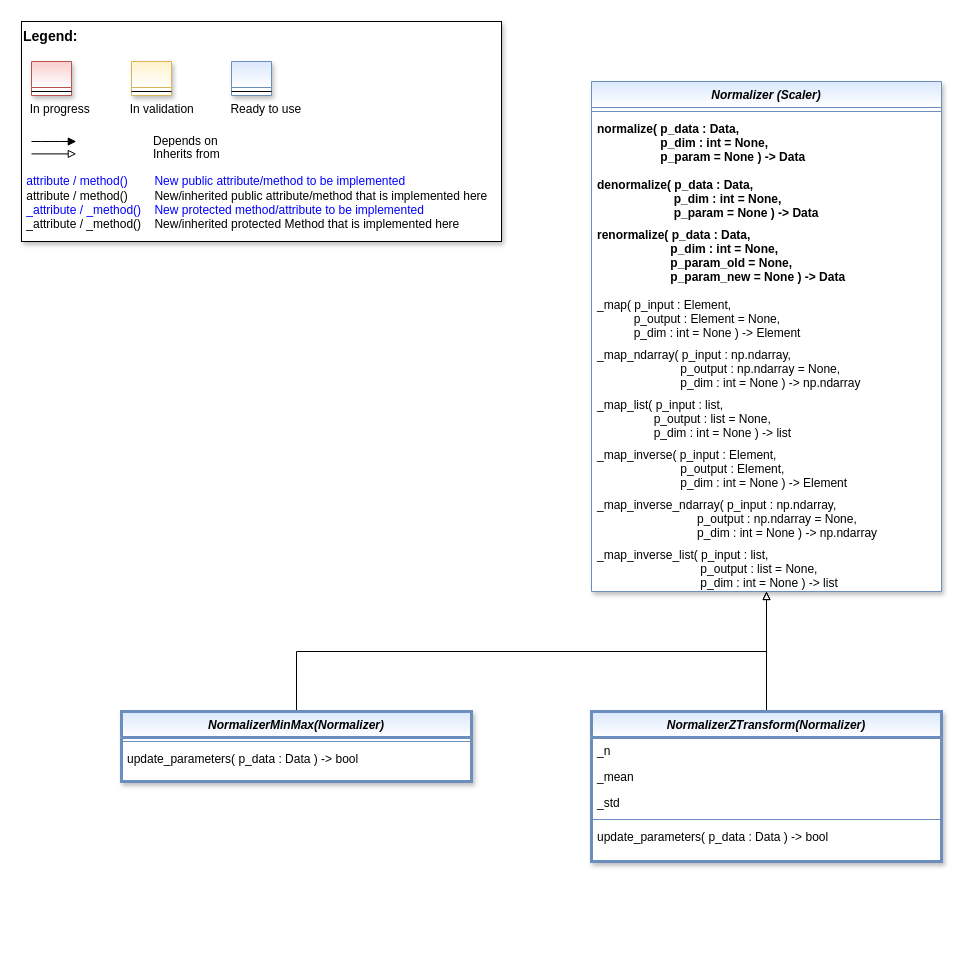
This is doc/rtd/content/99_appendices/appendix2/sub/mlpro_bf/layer2_mathematics/images/MLPro-BF-Math-Normalizers_class_diagram.drawio from fhswf/MLPro, a draw.io file, before an edit. Source tidied: cells renumbered, new cells numbered last; positions are measured from the earlier drawing's top-left corner, leaving out a move shared by most shapes. Both pictures are drawn from the tidied source at 100%, with x=0, y=0 at pixel (21, 21).
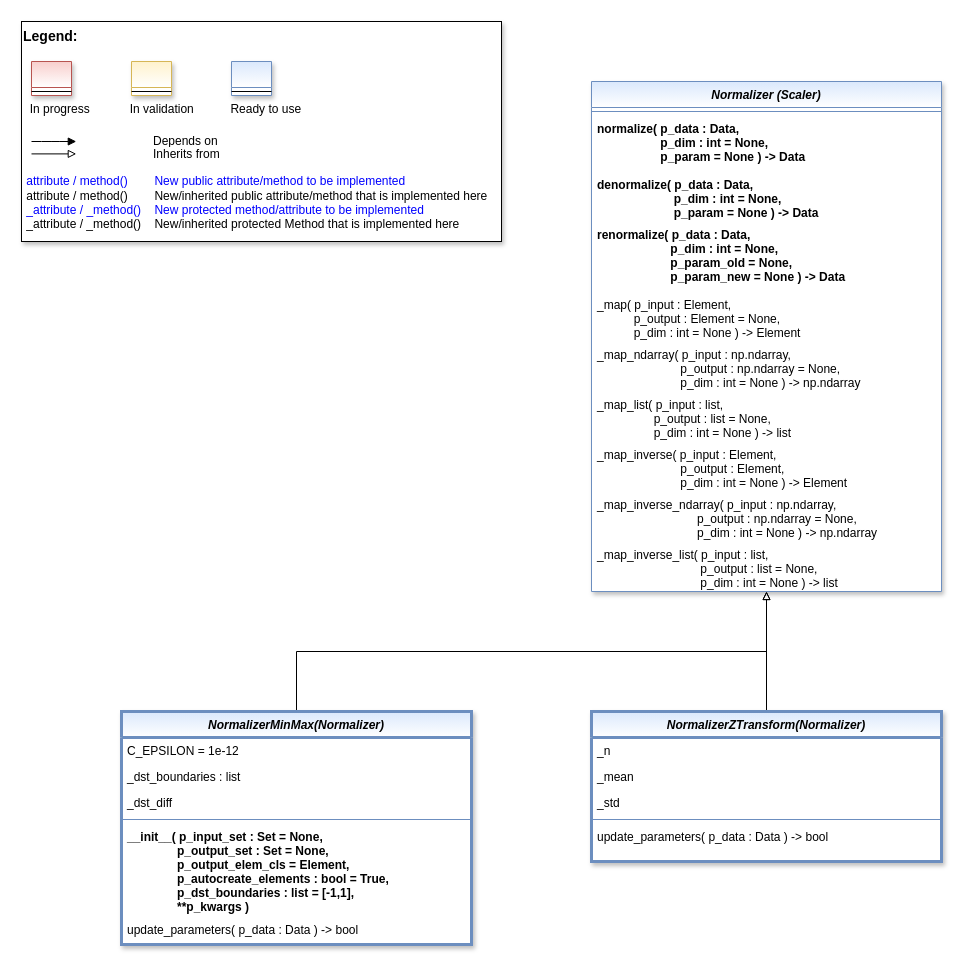
Above is the later version.

Commit message (it also covers changes not shown here):
OA-STREAMS: Optimization of Online Normalizers #745

What changed in the source:
```diff
@@
     <mxCell id="14" value="NormalizerMinMax(Normalizer)" style="swimlane;fontStyle=3;align=center;verticalAlign=top;horizontal=1;startSize=26;rounded=0;shadow=1;strokeWidth=3;fillColor=#dae8fc;strokeColor=#6c8ebf;gradientColor=#FFFFFF;swimlaneFillColor=#FFFFFF;" parent="1" vertex="1">
-      <mxGeometry x="100" y="690" width="350" height="70" as="geometry" />
+      <mxGeometry x="100" y="690" width="350" height="233" as="geometry" />
     </mxCell>
+    <mxCell id="34" value="C_EPSILON = 1e-12" style="text;align=left;verticalAlign=top;spacingLeft=4;spacingRight=4;overflow=hidden;rounded=0;shadow=0;html=0;" parent="14" vertex="1">
+      <mxGeometry y="26" width="350" height="26" as="geometry" />
+    </mxCell>
+    <mxCell id="35" value="_dst_boundaries : list" style="text;align=left;verticalAlign=top;spacingLeft=4;spacingRight=4;overflow=hidden;rounded=0;shadow=0;html=0;" parent="14" vertex="1">
+      <mxGeometry y="52" width="350" height="26" as="geometry" />
+    </mxCell>
+    <mxCell id="36" value="_dst_diff" style="text;align=left;verticalAlign=top;spacingLeft=4;spacingRight=4;overflow=hidden;rounded=0;shadow=0;html=0;" parent="14" vertex="1">
+      <mxGeometry y="78" width="350" height="26" as="geometry" />
+    </mxCell>
     <mxCell id="15" style="line;html=1;strokeWidth=1;align=left;verticalAlign=middle;spacingTop=-1;spacingLeft=3;spacingRight=3;labelPosition=right;fillColor=#dae8fc;strokeColor=#6c8ebf;" parent="14" vertex="1">
-      <mxGeometry y="26" width="350" height="8" as="geometry" />
+      <mxGeometry y="104" width="350" height="8" as="geometry" />
     </mxCell>
+    <mxCell id="37" value="__init__( p_input_set : Set = None,&#10;               p_output_set : Set = None,&#10;               p_output_elem_cls = Element,&#10;               p_autocreate_elements : bool = True,&#10;               p_dst_boundaries : list = [-1,1],&#10;               **p_kwargs )" style="text;align=left;verticalAlign=top;spacingLeft=4;spacingRight=4;overflow=hidden;fontStyle=1;" parent="14" vertex="1">
+      <mxGeometry y="112" width="350" height="93" as="geometry" />
+    </mxCell>
     <mxCell id="16" value="update_parameters( p_data : Data ) -&gt; bool" style="text;align=left;verticalAlign=top;spacingLeft=4;spacingRight=4;overflow=hidden;fontColor=default;whiteSpace=wrap;" parent="14" vertex="1">
-      <mxGeometry y="34" width="350" height="28" as="geometry" />
+      <mxGeometry y="205" width="350" height="28" as="geometry" />
     </mxCell>
```
